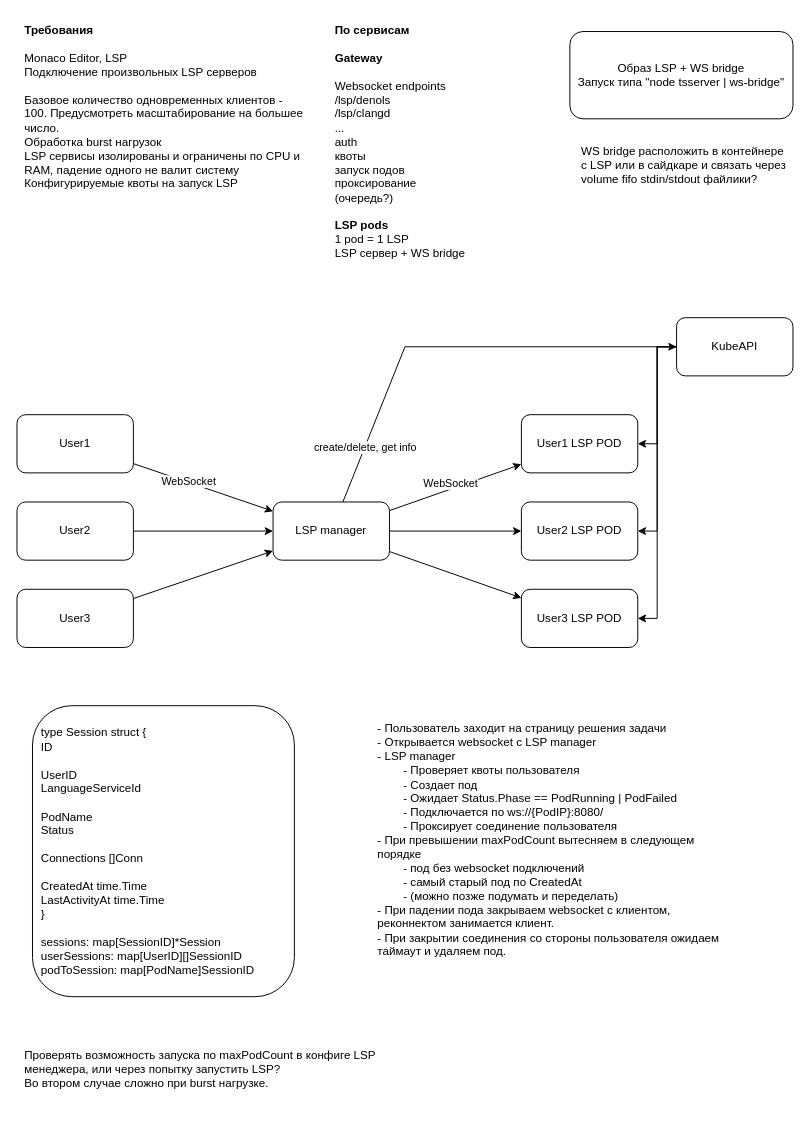
The draw.io diagram docs/6k/lsp.drawio in kemper0110/supreme-code, before the edit. Source tidied: cells renumbered, new cells numbered last; positions are measured from the earlier drawing's top-left corner, leaving out a move shared by most shapes. Both pictures are drawn from the tidied source at 97%, with x=0, y=0 at pixel (16, 16).
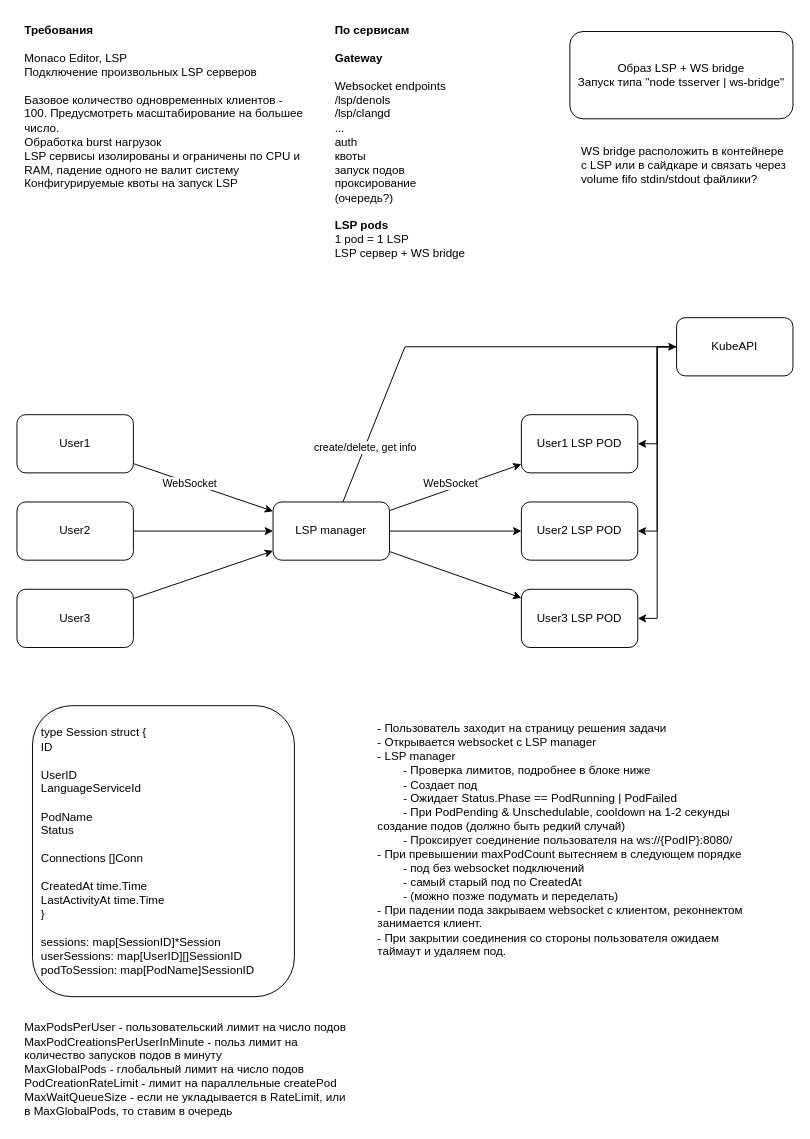
Above is the later version.

The change refers to these unchanged cells:
```xml
<mxCell id="4" style="rounded=0;jettySize=auto;html=1;" parent="1" edge="1" source="6" target="17">
  <mxGeometry relative="1" as="geometry" />
</mxCell>
```

What changed in the source:
```diff
@@
     <mxCell id="5" value="WebSocket" style="edgeLabel;html=1;align=center;verticalAlign=middle;" parent="4" vertex="1">
-      <mxGeometry x="-0.23" y="1" relative="1" as="geometry" />
+      <mxGeometry x="-0.23" y="1" relative="1" as="geometry">
+        <mxPoint x="1" y="2" as="offset" />
+      </mxGeometry>
     </mxCell>
@@
-    <mxCell id="27" value="- Пользователь заходит на страницу решения задачи&lt;div&gt;- Открывается websocket с LSP manager&lt;/div&gt;&lt;div&gt;-&amp;nbsp;&lt;span style=&quot;background-color: transparent; color: light-dark(rgb(0, 0, 0), rgb(255, 255, 255));&quot;&gt;LSP manager&lt;/span&gt;&lt;/div&gt;&lt;div&gt;&lt;span style=&quot;background-color: transparent; color: light-dark(rgb(0, 0, 0), rgb(255, 255, 255));&quot;&gt;&lt;span style=&quot;white-space: pre;&quot;&gt;&#9;&lt;/span&gt;- Проверяет квоты пользователя&lt;br&gt;&lt;/span&gt;&lt;/div&gt;&lt;div&gt;&lt;span style=&quot;background-color: transparent; color: light-dark(rgb(0, 0, 0), rgb(255, 255, 255));&quot;&gt;&lt;span style=&quot;white-space: pre;&quot;&gt;&#9;&lt;/span&gt;- Создает под&lt;br&gt;&lt;/span&gt;&lt;/div&gt;&lt;div&gt;&lt;span style=&quot;background-color: transparent; color: light-dark(rgb(0, 0, 0), rgb(255, 255, 255));&quot;&gt;&lt;span style=&quot;white-space: pre;&quot;&gt;&#9;&lt;/span&gt;- Ожидает Status.Phase ==&amp;nbsp;&lt;/span&gt;&lt;span style=&quot;background-color: transparent; color: light-dark(rgb(0, 0, 0), rgb(255, 255, 255));&quot;&gt;PodRunning |&amp;nbsp;&lt;/span&gt;&lt;span style=&quot;background-color: transparent; color: light-dark(rgb(0, 0, 0), rgb(255, 255, 255));&quot;&gt;PodFailed&lt;/span&gt;&lt;span style=&quot;background-color: transparent; color: light-dark(rgb(0, 0, 0), rgb(255, 255, 255));&quot;&gt;&lt;br&gt;&lt;/span&gt;&lt;/div&gt;&lt;div&gt;&lt;span style=&quot;background-color: transparent; color: light-dark(rgb(0, 0, 0), rgb(255, 255, 255));&quot;&gt;&lt;span style=&quot;white-space: pre;&quot;&gt;&#9;&lt;/span&gt;- Подключается по ws://{&lt;/span&gt;&lt;span style=&quot;background-color: transparent; color: light-dark(rgb(0, 0, 0), rgb(255, 255, 255));&quot;&gt;PodIP}:8080/&lt;/span&gt;&lt;/div&gt;&lt;div&gt;&lt;span style=&quot;background-color: transparent; color: light-dark(rgb(0, 0, 0), rgb(255, 255, 255));&quot;&gt;&lt;span style=&quot;white-space: pre;&quot;&gt;&#9;&lt;/span&gt;- Проксирует соединение пользователя&lt;br&gt;&lt;/span&gt;&lt;/div&gt;&lt;div&gt;&lt;span style=&quot;background-color: transparent; color: light-dark(rgb(0, 0, 0), rgb(255, 255, 255));&quot;&gt;- При превышении maxPodCount вытесняем в следующем порядке&lt;/span&gt;&lt;/div&gt;&lt;div&gt;&lt;span style=&quot;background-color: transparent; color: light-dark(rgb(0, 0, 0), rgb(255, 255, 255));&quot;&gt;&lt;span style=&quot;white-space: pre;&quot;&gt;&#9;&lt;/span&gt;- под без websocket подключений&lt;br&gt;&lt;/span&gt;&lt;/div&gt;&lt;div&gt;&lt;span style=&quot;background-color: transparent; color: light-dark(rgb(0, 0, 0), rgb(255, 255, 255));&quot;&gt;&lt;span style=&quot;white-space: pre;&quot;&gt;&#9;&lt;/span&gt;- самый старый под по CreatedAt&lt;br&gt;&lt;span style=&quot;white-space: pre;&quot;&gt;&#9;&lt;/span&gt;- (можно позже подумать и переделать)&lt;br&gt;&lt;/span&gt;&lt;/div&gt;&lt;div&gt;&lt;span style=&quot;background-color: transparent; color: light-dark(rgb(0, 0, 0), rgb(255, 255, 255));&quot;&gt;- При падении пода закрываем websocket с клиентом, реконнектом занимается клиент.&amp;nbsp;&lt;/span&gt;&lt;/div&gt;&lt;div&gt;&lt;span style=&quot;background-color: transparent; color: light-dark(rgb(0, 0, 0), rgb(255, 255, 255));&quot;&gt;- При закрытии соединения со стороны пользователя ожидаем таймаут и удаляем под.&amp;nbsp;&lt;/span&gt;&lt;/div&gt;" style="text;html=1;whiteSpace=wrap;strokeColor=none;fillColor=none;align=left;verticalAlign=top;rounded=0;" parent="1" vertex="1">
-      <mxGeometry x="370" y="720" width="370" height="290" as="geometry" />
+    <mxCell id="27" value="- Пользователь заходит на страницу решения задачи&lt;div&gt;- Открывается websocket с LSP manager&lt;/div&gt;&lt;div&gt;-&amp;nbsp;&lt;span style=&quot;background-color: transparent; color: light-dark(rgb(0, 0, 0), rgb(255, 255, 255));&quot;&gt;LSP manager&lt;/span&gt;&lt;/div&gt;&lt;div&gt;&lt;span style=&quot;background-color: transparent; color: light-dark(rgb(0, 0, 0), rgb(255, 255, 255));&quot;&gt;&lt;span style=&quot;white-space: pre;&quot;&gt;&#9;&lt;/span&gt;- Проверка лимитов, подробнее в блоке ниже&lt;br&gt;&lt;/span&gt;&lt;/div&gt;&lt;div&gt;&lt;span style=&quot;background-color: transparent; color: light-dark(rgb(0, 0, 0), rgb(255, 255, 255));&quot;&gt;&lt;span style=&quot;white-space: pre;&quot;&gt;&#9;&lt;/span&gt;- Создает под&lt;br&gt;&lt;/span&gt;&lt;/div&gt;&lt;div&gt;&lt;span style=&quot;background-color: transparent; color: light-dark(rgb(0, 0, 0), rgb(255, 255, 255));&quot;&gt;&lt;span style=&quot;white-space: pre;&quot;&gt;&#9;&lt;/span&gt;- Ожидает Status.Phase ==&amp;nbsp;&lt;/span&gt;&lt;span style=&quot;background-color: transparent; color: light-dark(rgb(0, 0, 0), rgb(255, 255, 255));&quot;&gt;PodRunning |&amp;nbsp;&lt;/span&gt;&lt;span style=&quot;background-color: transparent; color: light-dark(rgb(0, 0, 0), rgb(255, 255, 255));&quot;&gt;PodFailed&lt;/span&gt;&lt;span style=&quot;background-color: transparent; color: light-dark(rgb(0, 0, 0), rgb(255, 255, 255));&quot;&gt;&lt;br&gt;&lt;/span&gt;&lt;/div&gt;&lt;div&gt;&lt;span style=&quot;background-color: transparent; color: light-dark(rgb(0, 0, 0), rgb(255, 255, 255));&quot;&gt;&lt;span style=&quot;white-space: pre;&quot;&gt;&#9;&lt;/span&gt;- При PodPending &amp;amp;&amp;nbsp;&lt;/span&gt;&lt;span style=&quot;background-color: transparent; color: light-dark(rgb(0, 0, 0), rgb(255, 255, 255));&quot;&gt;Unschedulable, cooldown на 1-2 секунды создание подов (должно быть редкий случай)&lt;/span&gt;&lt;/div&gt;&lt;div&gt;&lt;span style=&quot;background-color: transparent; color: light-dark(rgb(0, 0, 0), rgb(255, 255, 255));&quot;&gt;&lt;span style=&quot;white-space: pre;&quot;&gt;&#9;&lt;/span&gt;- Проксирует соединение пользователя на&amp;nbsp;&lt;/span&gt;&lt;span style=&quot;background-color: transparent; color: light-dark(rgb(0, 0, 0), rgb(255, 255, 255));&quot;&gt;ws://{&lt;/span&gt;&lt;span style=&quot;background-color: transparent; color: light-dark(rgb(0, 0, 0), rgb(255, 255, 255));&quot;&gt;PodIP}:8080/&lt;/span&gt;&lt;span style=&quot;background-color: transparent; color: light-dark(rgb(0, 0, 0), rgb(255, 255, 255));&quot;&gt;&lt;br&gt;&lt;/span&gt;&lt;/div&gt;&lt;div&gt;&lt;span style=&quot;background-color: transparent; color: light-dark(rgb(0, 0, 0), rgb(255, 255, 255));&quot;&gt;- При превышении maxPodCount вытесняем в следующем порядке&lt;/span&gt;&lt;/div&gt;&lt;div&gt;&lt;span style=&quot;background-color: transparent; color: light-dark(rgb(0, 0, 0), rgb(255, 255, 255));&quot;&gt;&lt;span style=&quot;white-space: pre;&quot;&gt;&#9;&lt;/span&gt;- под без websocket подключений&lt;br&gt;&lt;/span&gt;&lt;/div&gt;&lt;div&gt;&lt;span style=&quot;background-color: transparent; color: light-dark(rgb(0, 0, 0), rgb(255, 255, 255));&quot;&gt;&lt;span style=&quot;white-space: pre;&quot;&gt;&#9;&lt;/span&gt;- самый старый под по CreatedAt&lt;br&gt;&lt;span style=&quot;white-space: pre;&quot;&gt;&#9;&lt;/span&gt;- (можно позже подумать и переделать)&lt;br&gt;&lt;/span&gt;&lt;/div&gt;&lt;div&gt;&lt;span style=&quot;background-color: transparent; color: light-dark(rgb(0, 0, 0), rgb(255, 255, 255));&quot;&gt;- При падении пода закрываем websocket с клиентом, реконнектом занимается клиент.&amp;nbsp;&lt;/span&gt;&lt;/div&gt;&lt;div&gt;&lt;span style=&quot;background-color: transparent; color: light-dark(rgb(0, 0, 0), rgb(255, 255, 255));&quot;&gt;- При закрытии соединения со стороны пользователя ожидаем таймаут и удаляем под.&amp;nbsp;&lt;/span&gt;&lt;/div&gt;" style="text;html=1;whiteSpace=wrap;strokeColor=none;fillColor=none;align=left;verticalAlign=top;rounded=0;" parent="1" vertex="1">
+      <mxGeometry x="370" y="720" width="396" height="400" as="geometry" />
     </mxCell>
@@
-    <mxCell id="29" value="Проверять возможность запуска по&amp;nbsp;&lt;span style=&quot;&quot;&gt;maxPodCount в конфиге LSP менеджера, или через попытку запустить LSP?&amp;nbsp;&lt;/span&gt;&lt;div&gt;&lt;span style=&quot;&quot;&gt;Во втором случае сложно при burst нагрузке.&amp;nbsp;&lt;/span&gt;&lt;/div&gt;" style="text;html=1;whiteSpace=wrap;strokeColor=none;fillColor=none;align=left;verticalAlign=middle;rounded=0;" parent="1" vertex="1">
-      <mxGeometry x="6" y="1030" width="380" height="110" as="geometry" />
-    </mxCell>
+    <mxCell id="30" value="MaxPodsPerUser - пользовательский лимит на число подов&lt;div&gt;MaxPodCreationsPerUserInMinute - польз лимит на количество запусков подов в минуту&lt;br&gt;&lt;div&gt;MaxGlobalPods - глобальный&amp;nbsp;&lt;span style=&quot;background-color: transparent; color: light-dark(rgb(0, 0, 0), rgb(255, 255, 255));&quot;&gt;лимит на число подов&lt;/span&gt;&lt;/div&gt;&lt;div&gt;PodCreationRateLimit - лимит на параллельные createPod&lt;/div&gt;&lt;div&gt;MaxWaitQueueSize - если не укладывается в RateLimit, или в MaxGlobalPods, то ставим в очередь&lt;/div&gt;&lt;/div&gt;" style="text;html=1;whiteSpace=wrap;strokeColor=none;fillColor=none;align=left;verticalAlign=middle;rounded=0;" parent="1" vertex="1">
+      <mxGeometry x="6" y="1030" width="340" height="110" as="geometry" />
+    </mxCell>
```
